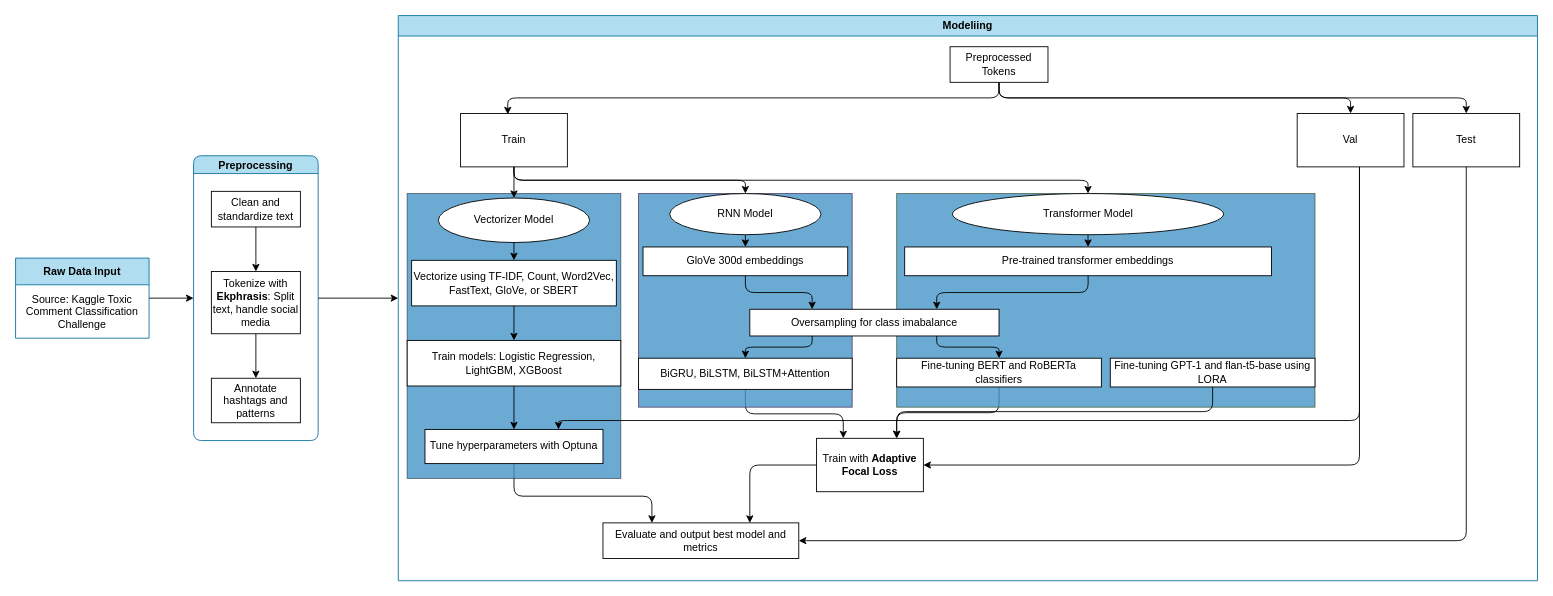
Earlier version of the draw.io diagram pipeline/flowchart.drawio (SuneshSundarasami/Multilabel-Toxicity-Detection-Using-Classical-RNN-and-Transformer-Architectures). Source tidied: cells renumbered, new cells numbered last; positions are measured from the earlier drawing's top-left corner, leaving out a move shared by most shapes. Both pictures are drawn from the tidied source at 89%, with x=0, y=0 at pixel (15, 15).
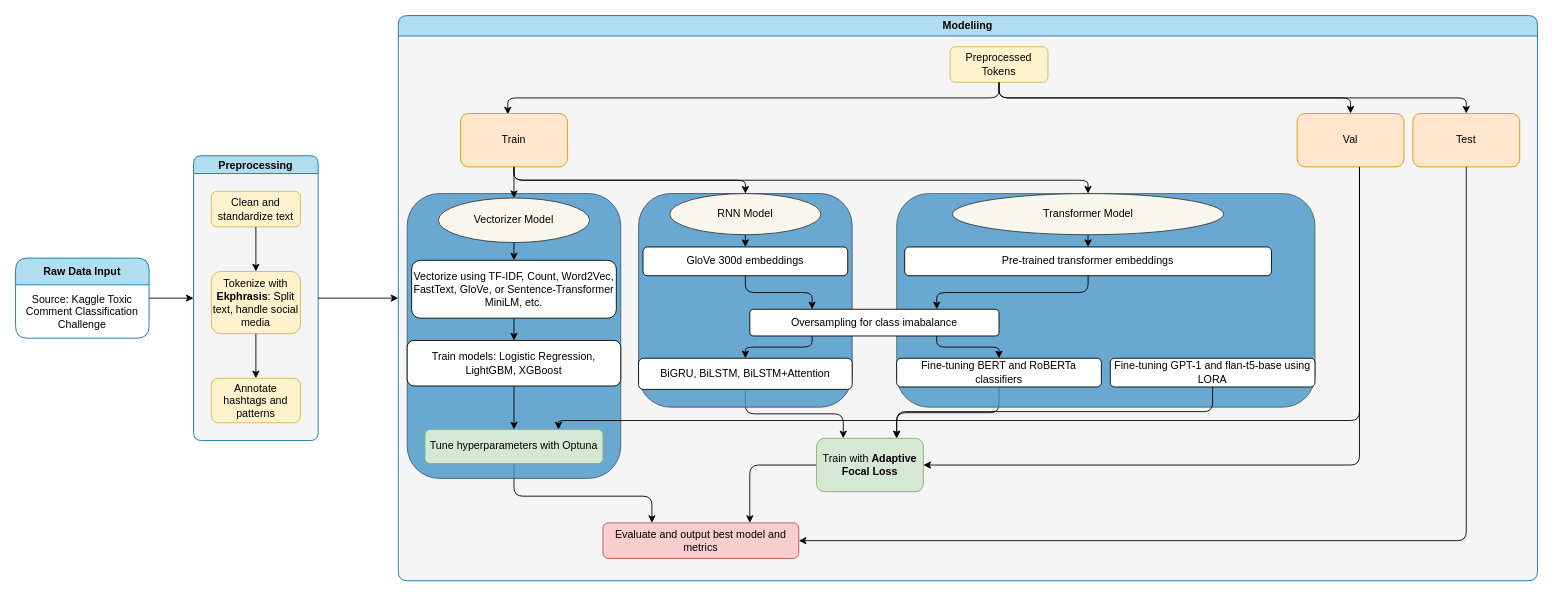
After the change.

What changed in the source:
```diff
@@
-    <mxCell id="2" style="edgeStyle=none;html=1;" parent="1" edge="1" source="3" target="5">
+    <mxCell id="2" style="edgeStyle=none;html=1;rounded=1;" parent="1" edge="1" source="3" target="5">
       <mxGeometry relative="1" as="geometry" />
     </mxCell>
-    <mxCell id="3" value="&lt;b&gt;Raw Data Input&lt;/b&gt;" style="swimlane;fontStyle=0;horizontal=1;startSize=30;whiteSpace=wrap;html=1;fillColor=#b1ddf0;strokeColor=#10739e;" parent="1" vertex="1">
+    <mxCell id="3" value="&lt;b&gt;Raw Data Input&lt;/b&gt;" style="swimlane;fontStyle=0;horizontal=1;startSize=30;whiteSpace=wrap;html=1;fillColor=#b1ddf0;strokeColor=#10739e;rounded=1;" parent="1" vertex="1">
       <mxGeometry y="272.5" width="150" height="90" as="geometry" />
     </mxCell>
-    <mxCell id="4" value="Source: Kaggle Toxic Comment Classification Challenge" style="text;strokeColor=none;fillColor=none;align=center;verticalAlign=middle;spacingLeft=4;spacingRight=4;overflow=hidden;whiteSpace=wrap;html=1;fontSize=12;spacingTop=2;spacingBottom=2;" parent="3" vertex="1">
+    <mxCell id="4" value="Source: Kaggle Toxic Comment Classification Challenge" style="text;strokeColor=none;fillColor=none;align=center;verticalAlign=middle;spacingLeft=4;spacingRight=4;overflow=hidden;whiteSpace=wrap;html=1;fontSize=12;spacingTop=2;spacingBottom=2;rounded=1;" parent="3" vertex="1">
       <mxGeometry y="30" width="150" height="60" as="geometry" />
     </mxCell>
-    <mxCell id="5" value="Preprocessing" style="swimlane;startSize=20;horizontal=1;horizontalTree=0;sortEdges=1;containerType=tree;fontSize=12;rounded=1;shadow=0;fillColor=#b1ddf0;strokeColor=#10739e;" parent="1" vertex="1">
+    <mxCell id="5" value="Preprocessing" style="swimlane;startSize=20;horizontal=1;horizontalTree=0;sortEdges=1;containerType=tree;fontSize=12;rounded=1;shadow=0;fillColor=#b1ddf0;strokeColor=#10739e;swimlaneFillColor=#F5F5F5;" parent="1" vertex="1">
       <mxGeometry x="200" y="157.5" width="140" height="320" as="geometry" />
     </mxCell>
-    <mxCell id="6" value="Clean and standardize text" style="whiteSpace=wrap;html=1;imageWidth=2;imageHeight=20;" parent="5" vertex="1">
+    <mxCell id="6" value="Clean and standardize text" style="whiteSpace=wrap;html=1;imageWidth=2;imageHeight=20;rounded=1;fillColor=#fff2cc;strokeColor=#d6b656;" parent="5" vertex="1">
       <mxGeometry x="20" y="40" width="100" height="40" as="geometry" />
     </mxCell>
-    <mxCell id="7" value="Tokenize with &lt;b&gt;Ekphrasis&lt;/b&gt;: Split text, handle social media" style="whiteSpace=wrap;html=1;" parent="5" vertex="1">
+    <mxCell id="7" value="Tokenize with &lt;b&gt;Ekphrasis&lt;/b&gt;: Split text, handle social media" style="whiteSpace=wrap;html=1;rounded=1;fillColor=#fff2cc;strokeColor=#d6b656;" parent="5" vertex="1">
       <mxGeometry x="20" y="130" width="100" height="70" as="geometry" />
     </mxCell>
@@
-    <mxCell id="10" value="Annotate hashtags and patterns" style="whiteSpace=wrap;html=1;" parent="5" vertex="1">
+    <mxCell id="10" value="Annotate hashtags and patterns" style="whiteSpace=wrap;html=1;rounded=1;fillColor=#fff2cc;strokeColor=#d6b656;" parent="5" vertex="1">
       <mxGeometry x="20" y="250" width="100" height="50" as="geometry" />
     </mxCell>
-    <mxCell id="11" value="Modeliing" style="swimlane;whiteSpace=wrap;html=1;fontStyle=1;fillStyle=auto;fillColor=#b1ddf0;strokeColor=#10739e;" parent="1" vertex="1">
+    <mxCell id="11" value="Modeliing" style="swimlane;whiteSpace=wrap;html=1;fontStyle=1;fillStyle=auto;fillColor=#B1DDF0;strokeColor=#10739e;rounded=1;labelBackgroundColor=none;swimlaneFillColor=#F5F5F5;" parent="1" vertex="1">
       <mxGeometry x="430" width="1280" height="635" as="geometry" />
     </mxCell>
-    <mxCell id="12" style="edgeStyle=orthogonalEdgeStyle;html=1;exitX=0.5;exitY=1;exitDx=0;exitDy=0;entryX=0.442;entryY=0.017;entryDx=0;entryDy=0;entryPerimeter=0;" parent="11" edge="1" source="13" target="15">
+    <mxCell id="12" style="edgeStyle=orthogonalEdgeStyle;html=1;exitX=0.5;exitY=1;exitDx=0;exitDy=0;entryX=0.442;entryY=0.017;entryDx=0;entryDy=0;entryPerimeter=0;rounded=1;" parent="11" edge="1" source="13" target="15">
       <mxGeometry relative="1" as="geometry" />
     </mxCell>
-    <mxCell id="13" value="Preprocessed Tokens" style="rounded=0;whiteSpace=wrap;html=1;" parent="11" vertex="1">
+    <mxCell id="13" value="Preprocessed Tokens" style="rounded=1;whiteSpace=wrap;html=1;fillColor=#fff2cc;strokeColor=#d6b656;" parent="11" vertex="1">
       <mxGeometry x="620" y="35" width="110" height="40" as="geometry" />
     </mxCell>
-    <mxCell id="14" style="edgeStyle=orthogonalEdgeStyle;html=1;entryX=0.5;entryY=0;entryDx=0;entryDy=0;exitX=0.5;exitY=1;exitDx=0;exitDy=0;" parent="11" edge="1" source="15" target="46">
+    <mxCell id="14" style="edgeStyle=orthogonalEdgeStyle;html=1;entryX=0.5;entryY=0;entryDx=0;entryDy=0;exitX=0.5;exitY=1;exitDx=0;exitDy=0;rounded=1;" parent="11" edge="1" source="15" target="46">
       <mxGeometry relative="1" as="geometry" />
     </mxCell>
-    <mxCell id="15" value="Train" style="whiteSpace=wrap;html=1;rounded=0;" parent="11" vertex="1">
+    <mxCell id="15" value="Train" style="whiteSpace=wrap;html=1;rounded=1;fillColor=#ffe6cc;strokeColor=#d79b00;" parent="11" vertex="1">
       <mxGeometry x="70" y="110" width="120" height="60" as="geometry" />
     </mxCell>
-    <mxCell id="16" value="Evaluate and output best model and metrics" style="whiteSpace=wrap;html=1;rounded=0;" parent="11" vertex="1">
+    <mxCell id="16" value="Evaluate and output best model and metrics" style="whiteSpace=wrap;html=1;rounded=1;fillColor=#f8cecc;strokeColor=#b85450;" parent="11" vertex="1">
       <mxGeometry x="230" y="570" width="220" height="40" as="geometry" />
     </mxCell>
-    <mxCell id="17" style="edgeStyle=orthogonalEdgeStyle;html=1;entryX=0.25;entryY=0;entryDx=0;entryDy=0;" parent="11" edge="1" source="32" target="16">
+    <mxCell id="17" style="edgeStyle=orthogonalEdgeStyle;html=1;entryX=0.25;entryY=0;entryDx=0;entryDy=0;rounded=1;" parent="11" edge="1" source="32" target="16">
       <mxGeometry relative="1" as="geometry">
         <Array as="points">
           <mxPoint x="130" y="540" />
           <mxPoint x="285" y="540" />
         </Array>
       </mxGeometry>
     </mxCell>
-    <mxCell id="18" style="edgeStyle=orthogonalEdgeStyle;html=1;entryX=0.5;entryY=0;entryDx=0;entryDy=0;exitX=0.5;exitY=1;exitDx=0;exitDy=0;" parent="11" edge="1" source="15" target="38">
+    <mxCell id="18" style="edgeStyle=orthogonalEdgeStyle;html=1;entryX=0.5;entryY=0;entryDx=0;entryDy=0;exitX=0.5;exitY=1;exitDx=0;exitDy=0;rounded=1;" parent="11" edge="1" source="15" target="38">
       <mxGeometry relative="1" as="geometry" />
     </mxCell>
-    <mxCell id="19" style="edgeStyle=orthogonalEdgeStyle;html=1;entryX=0.75;entryY=0;entryDx=0;entryDy=0;" parent="11" edge="1" source="45" target="22">
+    <mxCell id="19" style="edgeStyle=orthogonalEdgeStyle;html=1;entryX=0.75;entryY=0;entryDx=0;entryDy=0;rounded=1;" parent="11" edge="1" source="45" target="22">
       <mxGeometry relative="1" as="geometry" />
     </mxCell>
-    <mxCell id="20" style="edgeStyle=orthogonalEdgeStyle;html=1;entryX=0.25;entryY=0;entryDx=0;entryDy=0;" parent="11" edge="1" source="39" target="22">
+    <mxCell id="20" style="edgeStyle=orthogonalEdgeStyle;html=1;entryX=0.25;entryY=0;entryDx=0;entryDy=0;rounded=1;" parent="11" edge="1" source="39" target="22">
       <mxGeometry relative="1" as="geometry" />
     </mxCell>
-    <mxCell id="21" style="edgeStyle=orthogonalEdgeStyle;html=1;entryX=0.75;entryY=0;entryDx=0;entryDy=0;" parent="11" edge="1" source="22" target="16">
+    <mxCell id="21" style="edgeStyle=orthogonalEdgeStyle;html=1;entryX=0.75;entryY=0;entryDx=0;entryDy=0;rounded=1;" parent="11" edge="1" source="22" target="16">
       <mxGeometry relative="1" as="geometry" />
     </mxCell>
-    <mxCell id="22" value="&lt;span style=&quot;color: rgb(0, 0, 0);&quot;&gt;Train with&amp;nbsp;&lt;/span&gt;&lt;b&gt;Adaptive Focal Loss&lt;/b&gt;" style="whiteSpace=wrap;html=1;rounded=0;" parent="11" vertex="1">
+    <mxCell id="22" value="&lt;span style=&quot;color: rgb(0, 0, 0);&quot;&gt;Train with&amp;nbsp;&lt;/span&gt;&lt;b&gt;Adaptive Focal Loss&lt;/b&gt;" style="whiteSpace=wrap;html=1;rounded=1;fillColor=#d5e8d4;strokeColor=#82b366;" parent="11" vertex="1">
       <mxGeometry x="470" y="475" width="120" height="60" as="geometry" />
     </mxCell>
-    <mxCell id="23" style="group;fillColor=#4696C8;fontColor=#ffffff;strokeColor=#314354;opacity=80;" parent="11" vertex="1">
+    <mxCell id="23" style="group;fillColor=#4696C8;fontColor=#ffffff;strokeColor=#314354;opacity=80;rounded=1;" parent="11" vertex="1">
       <mxGeometry x="10" y="200" width="240" height="320" as="geometry" />
     </mxCell>
-    <mxCell id="24" style="edgeStyle=orthogonalEdgeStyle;html=1;" parent="23" edge="1" source="15" target="27">
+    <mxCell id="24" style="edgeStyle=orthogonalEdgeStyle;html=1;rounded=1;" parent="23" edge="1" source="15" target="27">
       <mxGeometry relative="1" as="geometry" />
     </mxCell>
-    <mxCell id="25" value="Train models: Logistic Regression, LightGBM, XGBoost" style="whiteSpace=wrap;html=1;rounded=0;" parent="23" vertex="1">
+    <mxCell id="25" value="Train models: Logistic Regression, LightGBM, XGBoost" style="whiteSpace=wrap;html=1;rounded=1;" parent="23" vertex="1">
       <mxGeometry y="165" width="240" height="51.2" as="geometry" />
     </mxCell>
-    <mxCell id="26" style="group;perimeterSpacing=0;" parent="23" vertex="1">
+    <mxCell id="26" style="group;perimeterSpacing=0;rounded=1;" parent="23" vertex="1">
       <mxGeometry x="5" y="5" width="230" height="320" as="geometry" />
     </mxCell>
-    <mxCell id="27" value="Vectorizer Model" style="ellipse;whiteSpace=wrap;html=1;rounded=0;" parent="26" vertex="1">
+    <mxCell id="27" value="Vectorizer Model" style="ellipse;whiteSpace=wrap;html=1;rounded=1;fillColor=#f9f7ed;strokeColor=#36393d;" parent="26" vertex="1">
       <mxGeometry x="30" width="170" height="50" as="geometry" />
     </mxCell>
-    <mxCell id="28" style="edgeStyle=none;html=1;" parent="23" edge="1" source="30" target="25">
+    <mxCell id="28" style="edgeStyle=none;html=1;rounded=1;" parent="23" edge="1" source="30" target="25">
       <mxGeometry relative="1" as="geometry" />
     </mxCell>
-    <mxCell id="29" style="edgeStyle=none;html=1;" parent="23" edge="1" source="25" target="32">
+    <mxCell id="29" style="edgeStyle=none;html=1;rounded=1;" parent="23" edge="1" source="25" target="32">
       <mxGeometry relative="1" as="geometry" />
     </mxCell>
-    <mxCell id="30" value="Vectorize using TF-IDF, Count, Word2Vec, FastText, GloVe, or SBERT" style="whiteSpace=wrap;html=1;rounded=0;" parent="23" vertex="1">
-      <mxGeometry x="5" y="75" width="230" height="51.2" as="geometry" />
+    <mxCell id="30" value="Vectorize using TF-IDF, Count, Word2Vec, FastText, GloVe, or Sentence-Transformer MiniLM, etc." style="whiteSpace=wrap;html=1;rounded=1;" parent="23" vertex="1">
+      <mxGeometry x="5" y="75" width="230" height="65" as="geometry" />
     </mxCell>
-    <mxCell id="31" style="edgeStyle=none;html=1;exitX=0.5;exitY=1;exitDx=0;exitDy=0;" parent="23" edge="1" source="27" target="30">
+    <mxCell id="31" style="edgeStyle=none;html=1;exitX=0.5;exitY=1;exitDx=0;exitDy=0;rounded=1;" parent="23" edge="1" source="27" target="30">
       <mxGeometry relative="1" as="geometry" />
     </mxCell>
-    <mxCell id="32" value="Tune hyperparameters with Optuna" style="whiteSpace=wrap;html=1;rounded=0;" parent="23" vertex="1">
+    <mxCell id="32" value="Tune hyperparameters with Optuna" style="whiteSpace=wrap;html=1;rounded=1;fillColor=#d5e8d4;strokeColor=#82b366;" parent="23" vertex="1">
       <mxGeometry x="20" y="265" width="200" height="38.4" as="geometry" />
     </mxCell>
-    <mxCell id="33" style="group;fillColor=#4696C8;fontColor=#ffffff;strokeColor=#432D57;opacity=80;" parent="11" vertex="1">
+    <mxCell id="33" style="group;fillColor=#4696C8;fontColor=#ffffff;strokeColor=#432D57;opacity=80;rounded=1;" parent="11" vertex="1">
       <mxGeometry x="270" y="200" width="240" height="240" as="geometry" />
     </mxCell>
-    <mxCell id="34" style="edgeStyle=none;html=1;exitX=0.5;exitY=1;exitDx=0;exitDy=0;" parent="33" edge="1" source="38" target="36">
+    <mxCell id="34" style="edgeStyle=none;html=1;exitX=0.5;exitY=1;exitDx=0;exitDy=0;rounded=1;" parent="33" edge="1" source="38" target="36">
       <mxGeometry relative="1" as="geometry" />
     </mxCell>
-    <mxCell id="35" style="edgeStyle=orthogonalEdgeStyle;html=1;entryX=0.25;entryY=0;entryDx=0;entryDy=0;" parent="33" edge="1" source="36" target="48">
+    <mxCell id="35" style="edgeStyle=orthogonalEdgeStyle;html=1;entryX=0.25;entryY=0;entryDx=0;entryDy=0;rounded=1;" parent="33" edge="1" source="36" target="48">
       <mxGeometry relative="1" as="geometry" />
     </mxCell>
-    <mxCell id="36" value="GloVe 300d embeddings" style="whiteSpace=wrap;html=1;rounded=0;" parent="33" vertex="1">
+    <mxCell id="36" value="GloVe 300d embeddings" style="whiteSpace=wrap;html=1;rounded=1;" parent="33" vertex="1">
       <mxGeometry x="5" y="60" width="230" height="32.3" as="geometry" />
     </mxCell>
-    <mxCell id="37" style="edgeStyle=orthogonalEdgeStyle;html=1;exitX=0.25;exitY=1;exitDx=0;exitDy=0;" parent="33" edge="1" source="48" target="39">
+    <mxCell id="37" style="edgeStyle=orthogonalEdgeStyle;html=1;exitX=0.25;exitY=1;exitDx=0;exitDy=0;rounded=1;" parent="33" edge="1" source="48" target="39">
       <mxGeometry relative="1" as="geometry" />
     </mxCell>
-    <mxCell id="38" value="RNN Model" style="ellipse;whiteSpace=wrap;html=1;rounded=0;" parent="33" vertex="1">
+    <mxCell id="38" value="RNN Model" style="ellipse;whiteSpace=wrap;html=1;rounded=1;fillColor=#f9f7ed;strokeColor=#36393d;" parent="33" vertex="1">
       <mxGeometry x="35" width="170" height="46.2" as="geometry" />
     </mxCell>
-    <mxCell id="39" value="&lt;span style=&quot;color: rgb(0, 0, 0);&quot;&gt;BiGRU, BiLSTM, BiLSTM+Attention&lt;/span&gt;" style="whiteSpace=wrap;html=1;rounded=0;" parent="33" vertex="1">
+    <mxCell id="39" value="&lt;span style=&quot;color: rgb(0, 0, 0);&quot;&gt;BiGRU, BiLSTM, BiLSTM+Attention&lt;/span&gt;" style="whiteSpace=wrap;html=1;rounded=1;" parent="33" vertex="1">
       <mxGeometry y="185" width="240" height="35" as="geometry" />
     </mxCell>
-    <mxCell id="40" style="group;fillColor=#4696C8;fontColor=#ffffff;strokeColor=#3A5431;opacity=80;" parent="11" vertex="1">
+    <mxCell id="40" style="group;fillColor=#4696C8;fontColor=#ffffff;strokeColor=#3A5431;opacity=80;rounded=1;" parent="11" vertex="1">
       <mxGeometry x="560" y="200" width="470" height="240" as="geometry" />
     </mxCell>
-    <mxCell id="41" style="edgeStyle=none;html=1;exitX=0.5;exitY=1;exitDx=0;exitDy=0;" parent="40" edge="1" source="46" target="43">
+    <mxCell id="41" style="edgeStyle=none;html=1;exitX=0.5;exitY=1;exitDx=0;exitDy=0;rounded=1;" parent="40" edge="1" source="46" target="43">
       <mxGeometry relative="1" as="geometry" />
     </mxCell>
-    <mxCell id="42" style="edgeStyle=orthogonalEdgeStyle;html=1;entryX=0.75;entryY=0;entryDx=0;entryDy=0;" parent="40" edge="1" source="43" target="48">
+    <mxCell id="42" style="edgeStyle=orthogonalEdgeStyle;html=1;entryX=0.75;entryY=0;entryDx=0;entryDy=0;rounded=1;" parent="40" edge="1" source="43" target="48">
       <mxGeometry relative="1" as="geometry" />
     </mxCell>
-    <mxCell id="43" value="Pre-trained transformer embeddings" style="whiteSpace=wrap;html=1;rounded=0;" parent="40" vertex="1">
+    <mxCell id="43" value="Pre-trained transformer embeddings" style="whiteSpace=wrap;html=1;rounded=1;" parent="40" vertex="1">
       <mxGeometry x="9" y="60" width="412.1" height="32.3" as="geometry" />
     </mxCell>
-    <mxCell id="44" style="edgeStyle=orthogonalEdgeStyle;html=1;exitX=0.75;exitY=1;exitDx=0;exitDy=0;" parent="40" edge="1" source="48" target="45">
+    <mxCell id="44" style="edgeStyle=orthogonalEdgeStyle;html=1;exitX=0.75;exitY=1;exitDx=0;exitDy=0;rounded=1;" parent="40" edge="1" source="48" target="45">
       <mxGeometry relative="1" as="geometry" />
     </mxCell>
-    <mxCell id="45" value="&lt;span style=&quot;color: rgb(0, 0, 0);&quot;&gt;Fine-tuning BERT and RoBERTa classifiers&lt;/span&gt;" style="whiteSpace=wrap;html=1;rounded=0;" parent="40" vertex="1">
+    <mxCell id="45" value="&lt;span style=&quot;color: rgb(0, 0, 0);&quot;&gt;Fine-tuning BERT and RoBERTa classifiers&lt;/span&gt;" style="whiteSpace=wrap;html=1;rounded=1;" parent="40" vertex="1">
       <mxGeometry y="185" width="230" height="32.3" as="geometry" />
     </mxCell>
-    <mxCell id="46" value="Transformer Model" style="ellipse;whiteSpace=wrap;html=1;rounded=0;" parent="40" vertex="1">
+    <mxCell id="46" value="Transformer Model" style="ellipse;whiteSpace=wrap;html=1;rounded=1;fillColor=#f9f7ed;strokeColor=#36393d;" parent="40" vertex="1">
       <mxGeometry x="62.7" width="304.6" height="46.2" as="geometry" />
     </mxCell>
-    <mxCell id="47" value="&lt;span style=&quot;color: rgb(0, 0, 0);&quot;&gt;Fine-tuning GPT-1 and flan-t5-base using LORA&lt;/span&gt;" style="whiteSpace=wrap;html=1;rounded=0;" parent="40" vertex="1">
+    <mxCell id="47" value="&lt;span style=&quot;color: rgb(0, 0, 0);&quot;&gt;Fine-tuning GPT-1 and flan-t5-base using LORA&lt;/span&gt;" style="whiteSpace=wrap;html=1;rounded=1;" parent="40" vertex="1">
       <mxGeometry x="240" y="185" width="230" height="32.3" as="geometry" />
     </mxCell>
-    <mxCell id="48" value="Oversampling for class imabalance" style="whiteSpace=wrap;html=1;rounded=0;" parent="11" vertex="1">
+    <mxCell id="48" value="Oversampling for class imabalance" style="whiteSpace=wrap;html=1;rounded=1;" parent="11" vertex="1">
       <mxGeometry x="395" y="330" width="280" height="30" as="geometry" />
     </mxCell>
-    <mxCell id="49" style="edgeStyle=orthogonalEdgeStyle;html=1;entryX=0.75;entryY=0;entryDx=0;entryDy=0;" parent="11" edge="1" source="47" target="22">
+    <mxCell id="49" style="edgeStyle=orthogonalEdgeStyle;html=1;entryX=0.75;entryY=0;entryDx=0;entryDy=0;rounded=1;" parent="11" edge="1" source="47" target="22">
       <mxGeometry relative="1" as="geometry">
         <Array as="points">
           <mxPoint x="915" y="445" />
           <mxPoint x="560" y="445" />
         </Array>
       </mxGeometry>
     </mxCell>
-    <mxCell id="50" value="Test" style="whiteSpace=wrap;html=1;rounded=0;" parent="11" vertex="1">
+    <mxCell id="50" value="Test" style="whiteSpace=wrap;html=1;rounded=1;fillColor=#ffe6cc;strokeColor=#d79b00;" parent="11" vertex="1">
       <mxGeometry x="1140" y="110" width="120" height="60" as="geometry" />
     </mxCell>
-    <mxCell id="51" style="edgeStyle=orthogonalEdgeStyle;html=1;entryX=0.5;entryY=0;entryDx=0;entryDy=0;exitX=0.5;exitY=1;exitDx=0;exitDy=0;" parent="11" edge="1" source="13" target="50">
+    <mxCell id="51" style="edgeStyle=orthogonalEdgeStyle;html=1;entryX=0.5;entryY=0;entryDx=0;entryDy=0;exitX=0.5;exitY=1;exitDx=0;exitDy=0;rounded=1;" parent="11" edge="1" source="13" target="50">
       <mxGeometry relative="1" as="geometry" />
     </mxCell>
-    <mxCell id="52" style="edgeStyle=orthogonalEdgeStyle;html=1;entryX=1;entryY=0.5;entryDx=0;entryDy=0;" parent="11" edge="1" source="50" target="16">
+    <mxCell id="52" style="edgeStyle=orthogonalEdgeStyle;html=1;entryX=1;entryY=0.5;entryDx=0;entryDy=0;rounded=1;" parent="11" edge="1" source="50" target="16">
       <mxGeometry relative="1" as="geometry">
         <Array as="points">
           <mxPoint x="1200" y="590" />
         </Array>
       </mxGeometry>
     </mxCell>
-    <mxCell id="53" style="edgeStyle=none;html=1;entryX=0;entryY=0.5;entryDx=0;entryDy=0;exitX=1;exitY=0.5;exitDx=0;exitDy=0;" parent="1" edge="1" source="5" target="11">
+    <mxCell id="53" style="edgeStyle=none;html=1;entryX=0;entryY=0.5;entryDx=0;entryDy=0;exitX=1;exitY=0.5;exitDx=0;exitDy=0;rounded=1;" parent="1" edge="1" source="5" target="11">
       <mxGeometry relative="1" as="geometry" />
     </mxCell>
-    <mxCell id="54" value="Val" style="whiteSpace=wrap;html=1;rounded=0;" parent="1" vertex="1">
+    <mxCell id="54" value="Val" style="whiteSpace=wrap;html=1;rounded=1;fillColor=#ffe6cc;strokeColor=#d79b00;" parent="1" vertex="1">
       <mxGeometry x="1440" y="110" width="120" height="60" as="geometry" />
     </mxCell>
-    <mxCell id="55" style="edgeStyle=orthogonalEdgeStyle;html=1;exitX=0.5;exitY=1;exitDx=0;exitDy=0;" parent="1" edge="1" source="13" target="54">
+    <mxCell id="55" style="edgeStyle=orthogonalEdgeStyle;html=1;exitX=0.5;exitY=1;exitDx=0;exitDy=0;rounded=1;" parent="1" edge="1" source="13" target="54">
       <mxGeometry relative="1" as="geometry" />
     </mxCell>
-    <mxCell id="56" style="edgeStyle=orthogonalEdgeStyle;html=1;entryX=1;entryY=0.5;entryDx=0;entryDy=0;" parent="1" edge="1" source="54" target="22">
+    <mxCell id="56" style="edgeStyle=orthogonalEdgeStyle;html=1;entryX=1;entryY=0.5;entryDx=0;entryDy=0;rounded=1;" parent="1" edge="1" source="54" target="22">
       <mxGeometry relative="1" as="geometry">
         <Array as="points">
           <mxPoint x="1510" y="505" />
         </Array>
       </mxGeometry>
     </mxCell>
-    <mxCell id="57" style="edgeStyle=orthogonalEdgeStyle;html=1;entryX=0.75;entryY=0;entryDx=0;entryDy=0;" parent="1" edge="1" source="54" target="32">
+    <mxCell id="57" style="edgeStyle=orthogonalEdgeStyle;html=1;entryX=0.75;entryY=0;entryDx=0;entryDy=0;rounded=1;" parent="1" edge="1" source="54" target="32">
       <mxGeometry relative="1" as="geometry">
         <Array as="points">
           <mxPoint x="1510" y="455" />
           <mxPoint x="610" y="455" />
         </Array>
       </mxGeometry>
     </mxCell>
```
